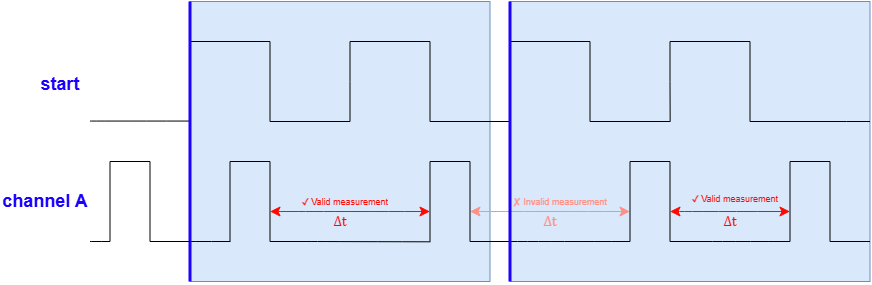
Above: docs/user/latex/images/settings-before-measurements-1-01.png in Tausand-dev/TempicoSoftware (draw.io), before the change. Source tidied: cells renumbered, new cells last; positions are measured from the earlier drawing's top-left corner, leaving out a move shared by most shapes. The source it was exported from:
```xml
<mxGraphModel>
  <root>
    <mxCell id="0" />
    <mxCell id="1" parent="0" />
    <mxCell id="2" style="rounded=0;whiteSpace=wrap;html=1;fillColor=#dae8fc;strokeColor=#6c8ebf;" parent="1" vertex="1">
      <mxGeometry x="510" width="360" height="280" as="geometry" />
    </mxCell>
    <mxCell id="3" style="rounded=0;whiteSpace=wrap;html=1;fillColor=#dae8fc;strokeColor=#6c8ebf;" parent="1" vertex="1">
      <mxGeometry x="190" width="300" height="280" as="geometry" />
    </mxCell>
    <mxCell id="4" style="verticalLabelPosition=bottom;shadow=0;dashed=0;align=center;html=1;verticalAlign=top;shape=mxgraph.electrical.waveforms.square_wave;" parent="1" vertex="1">
      <mxGeometry x="190" y="40" width="160" height="80" as="geometry" />
    </mxCell>
    <mxCell id="5" style="verticalLabelPosition=bottom;shadow=0;dashed=0;align=center;html=1;verticalAlign=top;shape=mxgraph.electrical.waveforms.square_wave;" parent="1" vertex="1">
      <mxGeometry x="350" y="40" width="160" height="80" as="geometry" />
    </mxCell>
    <mxCell id="6" style="verticalLabelPosition=bottom;shadow=0;dashed=0;align=center;html=1;verticalAlign=top;shape=(stored shape, 268 characters);" parent="1" vertex="1">
      <mxGeometry x="510" y="40" width="160" height="80" as="geometry" />
    </mxCell>
    <mxCell id="7" style="verticalLabelPosition=bottom;shadow=0;dashed=0;align=center;html=1;verticalAlign=top;shape=(stored shape, 264 characters);" parent="1" vertex="1">
      <mxGeometry x="230" y="160" width="80" height="80" as="geometry" />
    </mxCell>
    <mxCell id="8" style="endArrow=none;html=1;rounded=0;fontSize=12;startSize=8;endSize=8;curved=1;" parent="1" edge="1">
      <mxGeometry relative="1" as="geometry">
        <mxPoint x="90" y="119.6" as="sourcePoint" />
        <mxPoint x="190" y="119.6" as="targetPoint" />
      </mxGeometry>
    </mxCell>
    <mxCell id="9" style="endArrow=none;html=1;rounded=0;fontSize=12;startSize=8;endSize=8;curved=1;exitX=1;exitY=0.995;exitDx=0;exitDy=0;exitPerimeter=0;entryX=0.006;entryY=1.004;entryDx=0;entryDy=0;entryPerimeter=0;" parent="1" edge="1" target="10">
      <mxGeometry relative="1" as="geometry">
        <mxPoint x="310" y="240" as="sourcePoint" />
      </mxGeometry>
    </mxCell>
    <mxCell id="10" style="verticalLabelPosition=bottom;shadow=0;dashed=0;align=center;html=1;verticalAlign=top;shape=(stored shape, 264 characters);" parent="1" vertex="1">
      <mxGeometry x="430" y="160" width="80" height="80" as="geometry" />
    </mxCell>
    <mxCell id="11" style="endArrow=none;html=1;rounded=0;fontSize=12;startSize=8;endSize=8;curved=1;entryX=0.005;entryY=1;entryDx=0;entryDy=0;entryPerimeter=0;" parent="1" edge="1" target="7">
      <mxGeometry relative="1" as="geometry">
        <mxPoint x="150" y="240" as="sourcePoint" />
      </mxGeometry>
    </mxCell>
    <mxCell id="12" style="endArrow=none;html=1;rounded=0;fontSize=12;startSize=8;endSize=8;curved=1;entryX=0.005;entryY=1.0005;entryDx=0;entryDy=0;entryPerimeter=0;" parent="1" edge="1">
      <mxGeometry relative="1" as="geometry">
        <mxPoint x="480" y="240" as="sourcePoint" />
        <mxPoint x="630" y="240" as="targetPoint" />
      </mxGeometry>
    </mxCell>
    <mxCell id="13" value="start" style="text;html=1;whiteSpace=wrap;strokeColor=none;fillColor=none;align=center;verticalAlign=middle;rounded=0;fontSize=18;fontColor=#1B02FF;strokeWidth=1;fontStyle=1;" parent="1" vertex="1">
      <mxGeometry x="30" y="65" width="60" height="35" as="geometry" />
    </mxCell>
    <mxCell id="14" style="verticalLabelPosition=bottom;shadow=0;dashed=0;align=center;html=1;verticalAlign=top;shape=(stored shape, 264 characters);" parent="1" vertex="1">
      <mxGeometry x="630" y="160" width="80" height="80" as="geometry" />
    </mxCell>
    <mxCell id="15" style="endArrow=none;html=1;rounded=0;fontSize=12;startSize=8;endSize=8;curved=1;exitX=1;exitY=0.995;exitDx=0;exitDy=0;exitPerimeter=0;" parent="1" edge="1">
      <mxGeometry relative="1" as="geometry">
        <mxPoint x="700" y="240" as="sourcePoint" />
        <mxPoint x="790" y="240" as="targetPoint" />
      </mxGeometry>
    </mxCell>
    <mxCell id="16" value="channel A" style="text;html=1;whiteSpace=wrap;strokeColor=none;fillColor=none;align=center;verticalAlign=middle;rounded=0;fontSize=18;fontColor=#1B02FF;strokeWidth=1;fontStyle=1;" parent="1" vertex="1">
      <mxGeometry y="182.5" width="90" height="35" as="geometry" />
    </mxCell>
    <mxCell id="17" style="endArrow=classic;startArrow=classic;html=1;rounded=0;fontSize=12;startSize=8;endSize=8;curved=1;fillColor=#f8cecc;strokeColor=light-dark(#ff0800, #d7817e);" parent="1" edge="1">
      <mxGeometry relative="1" as="geometry">
        <mxPoint x="270" y="210" as="sourcePoint" />
        <mxPoint x="430" y="210" as="targetPoint" />
      </mxGeometry>
    </mxCell>
    <mxCell id="18" style="endArrow=classic;startArrow=classic;html=1;rounded=0;fontSize=12;startSize=8;endSize=8;curved=1;fillColor=#f8cecc;strokeColor=light-dark(#FF9084,#D7817E);" parent="1" edge="1">
      <mxGeometry relative="1" as="geometry">
        <mxPoint x="470" y="210" as="sourcePoint" />
        <mxPoint x="630" y="210" as="targetPoint" />
      </mxGeometry>
    </mxCell>
    <mxCell id="19" value="&lt;font style=&quot;font-size: 9px;&quot;&gt;&lt;span style=&quot;font-family: Calibri; font-weight: bold; color: light-dark(rgb(255, 8, 0), rgb(242, 117, 51));&quot;&gt;✓&lt;/span&gt;&lt;span style=&quot;color: light-dark(rgb(255, 8, 0), rgb(237, 237, 237));&quot;&gt;&amp;nbsp;Valid measurement&lt;/span&gt;&lt;/font&gt;" style="text;html=1;whiteSpace=wrap;strokeColor=none;fillColor=none;align=center;verticalAlign=middle;rounded=0;fontSize=16;" parent="1" vertex="1">
      <mxGeometry x="300" y="182.5" width="90" height="30" as="geometry" />
    </mxCell>
    <mxCell id="20" value="&lt;font style=&quot;font-size: 9px;&quot;&gt;&lt;span style=&quot;font-family: Calibri; font-weight: bold;&quot;&gt;&lt;font style=&quot;&quot;&gt;✗&lt;/font&gt;&lt;/span&gt;&lt;span style=&quot;&quot;&gt;&lt;font style=&quot;&quot;&gt;&amp;nbsp;Invalid measurement&lt;/font&gt;&lt;/span&gt;&lt;/font&gt;" style="text;html=1;whiteSpace=wrap;strokeColor=none;fillColor=none;align=center;verticalAlign=middle;rounded=0;fontSize=16;labelBackgroundColor=none;fontColor=light-dark(#FF9084,#D7817E);" parent="1" vertex="1">
      <mxGeometry x="510" y="182.5" width="100" height="30" as="geometry" />
    </mxCell>
    <mxCell id="21" style="endArrow=none;html=1;rounded=0;fontSize=12;startSize=8;endSize=8;curved=1;" parent="1" edge="1">
      <mxGeometry relative="1" as="geometry">
        <mxPoint x="189.8" y="80" as="sourcePoint" />
        <mxPoint x="189.8" y="119.8" as="targetPoint" />
      </mxGeometry>
    </mxCell>
    <mxCell id="22" style="endArrow=none;html=1;rounded=0;fontSize=12;startSize=8;endSize=8;curved=1;exitX=1;exitY=0.995;exitDx=0;exitDy=0;exitPerimeter=0;entryX=0.5;entryY=1;entryDx=0;entryDy=0;strokeColor=light-dark(#1b02ff, #ededed);strokeWidth=3;" parent="1" edge="1">
      <mxGeometry relative="1" as="geometry">
        <mxPoint x="190" as="sourcePoint" />
        <mxPoint x="190" y="280" as="targetPoint" />
      </mxGeometry>
    </mxCell>
    <mxCell id="23" style="verticalLabelPosition=bottom;shadow=0;dashed=0;align=center;html=1;verticalAlign=top;shape=(stored shape, 268 characters);" parent="1" vertex="1">
      <mxGeometry x="670" y="40" width="160" height="80" as="geometry" />
    </mxCell>
    <mxCell id="24" style="endArrow=none;html=1;rounded=0;exitX=0.001;exitY=1.004;exitDx=0;exitDy=0;exitPerimeter=0;" parent="1" edge="1" source="23">
      <mxGeometry relative="1" as="geometry">
        <mxPoint x="670" y="80" as="targetPoint" />
      </mxGeometry>
    </mxCell>
    <mxCell id="25" style="verticalLabelPosition=bottom;shadow=0;dashed=0;align=center;html=1;verticalAlign=top;shape=(stored shape, 264 characters);" parent="1" vertex="1">
      <mxGeometry x="790" y="160" width="80" height="80" as="geometry" />
    </mxCell>
    <mxCell id="26" style="endArrow=none;html=1;rounded=0;fontSize=12;startSize=8;endSize=8;curved=1;exitX=1;exitY=0.995;exitDx=0;exitDy=0;exitPerimeter=0;entryX=0.5;entryY=1;entryDx=0;entryDy=0;strokeColor=light-dark(#1b02ff, #ededed);strokeWidth=3;" parent="1" edge="1">
      <mxGeometry relative="1" as="geometry">
        <mxPoint x="510" as="sourcePoint" />
        <mxPoint x="510" y="280" as="targetPoint" />
      </mxGeometry>
    </mxCell>
    <mxCell id="27" style="endArrow=classic;startArrow=classic;html=1;rounded=0;fontSize=12;startSize=8;endSize=8;curved=1;fillColor=#f8cecc;strokeColor=light-dark(#ff0800, #d7817e);" parent="1" edge="1">
      <mxGeometry relative="1" as="geometry">
        <mxPoint x="670" y="210" as="sourcePoint" />
        <mxPoint x="790" y="210" as="targetPoint" />
      </mxGeometry>
    </mxCell>
    <mxCell id="28" value="&lt;font style=&quot;font-size: 9px;&quot;&gt;&lt;span style=&quot;font-family: Calibri; font-weight: bold; color: light-dark(rgb(255, 8, 0), rgb(242, 117, 51));&quot;&gt;✓&lt;/span&gt;&lt;span style=&quot;color: light-dark(rgb(255, 8, 0), rgb(237, 237, 237));&quot;&gt;&amp;nbsp;Valid measurement&lt;/span&gt;&lt;/font&gt;" style="text;html=1;whiteSpace=wrap;strokeColor=none;fillColor=none;align=center;verticalAlign=middle;rounded=0;fontSize=16;" parent="1" vertex="1">
      <mxGeometry x="690" y="180" width="90" height="30" as="geometry" />
    </mxCell>
    <mxCell id="29" style="verticalLabelPosition=bottom;shadow=0;dashed=0;align=center;html=1;verticalAlign=top;shape=(stored shape, 264 characters);" parent="1" vertex="1">
      <mxGeometry x="110" y="160" width="80" height="80" as="geometry" />
    </mxCell>
    <mxCell id="30" style="endArrow=none;html=1;rounded=0;fontSize=12;startSize=8;endSize=8;curved=1;entryX=0.005;entryY=1;entryDx=0;entryDy=0;entryPerimeter=0;" parent="1" edge="1">
      <mxGeometry relative="1" as="geometry">
        <mxPoint x="90" y="240" as="sourcePoint" />
        <mxPoint x="110" y="240" as="targetPoint" />
      </mxGeometry>
    </mxCell>
    <mxCell id="31" value="&lt;span style=&quot;font-family: &amp;quot;Cambria Math&amp;quot;; color: light-dark(rgb(255, 8, 0), rgb(255, 255, 255));&quot;&gt;∆t&lt;/span&gt;" style="text;html=1;whiteSpace=wrap;strokeColor=none;fillColor=none;align=center;verticalAlign=middle;rounded=0;fontSize=14;fontColor=light-dark(#1b02ff, #ededed);" parent="1" vertex="1">
      <mxGeometry x="315" y="210" width="50" height="20" as="geometry" />
    </mxCell>
    <mxCell id="32" value="&lt;span style=&quot;font-family: &amp;quot;Cambria Math&amp;quot;; color: light-dark(rgb(255, 8, 0), rgb(255, 255, 255));&quot;&gt;∆t&lt;/span&gt;" style="text;html=1;whiteSpace=wrap;strokeColor=none;fillColor=none;align=center;verticalAlign=middle;rounded=0;fontSize=14;fontColor=light-dark(#1b02ff, #ededed);" parent="1" vertex="1">
      <mxGeometry x="705" y="210" width="50" height="20" as="geometry" />
    </mxCell>
    <mxCell id="33" value="&lt;span style=&quot;font-family: &amp;quot;Cambria Math&amp;quot;; color: light-dark(rgb(255, 144, 132), rgb(255, 255, 255));&quot;&gt;∆t&lt;/span&gt;" style="text;html=1;whiteSpace=wrap;strokeColor=none;fillColor=none;align=center;verticalAlign=middle;rounded=0;fontSize=14;fontColor=light-dark(#1b02ff, #ededed);" parent="1" vertex="1">
      <mxGeometry x="525" y="210" width="50" height="20" as="geometry" />
    </mxCell>
    <mxCell id="34" style="endArrow=none;html=1;rounded=0;fontSize=12;startSize=8;endSize=8;curved=1;" parent="1" edge="1">
      <mxGeometry relative="1" as="geometry">
        <mxPoint x="770" y="120" as="sourcePoint" />
        <mxPoint x="870" y="120" as="targetPoint" />
      </mxGeometry>
    </mxCell>
  </root>
</mxGraphModel>
```
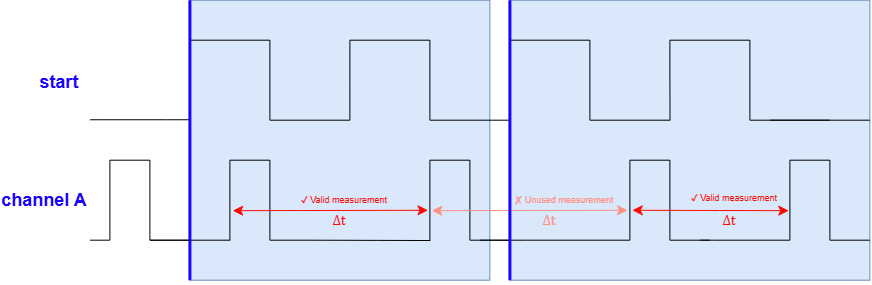
Later version of the same file.

The edit, as a diff of the source:
```diff
@@ -60,23 +60,17 @@
     <mxCell id="16" value="channel A" style="text;html=1;whiteSpace=wrap;strokeColor=none;fillColor=none;align=center;verticalAlign=middle;rounded=0;fontSize=18;fontColor=#1B02FF;strokeWidth=1;fontStyle=1;" parent="1" vertex="1">
       <mxGeometry y="182.5" width="90" height="35" as="geometry" />
     </mxCell>
-    <mxCell id="17" style="endArrow=classic;startArrow=classic;html=1;rounded=0;fontSize=12;startSize=8;endSize=8;curved=1;fillColor=#f8cecc;strokeColor=light-dark(#ff0800, #d7817e);" parent="1" edge="1">
-      <mxGeometry relative="1" as="geometry">
-        <mxPoint x="270" y="210" as="sourcePoint" />
-        <mxPoint x="430" y="210" as="targetPoint" />
-      </mxGeometry>
+    <mxCell id="17" style="endArrow=classic;startArrow=classic;html=1;rounded=0;fontSize=12;startSize=8;endSize=8;curved=1;fillColor=#f8cecc;strokeColor=light-dark(#ff0800, #d7817e);entryX=-0.024;entryY=0.626;entryDx=0;entryDy=0;entryPerimeter=0;exitX=0.035;exitY=0.631;exitDx=0;exitDy=0;exitPerimeter=0;" parent="1" edge="1" source="7" target="10">
+      <mxGeometry relative="1" as="geometry" />
     </mxCell>
-    <mxCell id="18" style="endArrow=classic;startArrow=classic;html=1;rounded=0;fontSize=12;startSize=8;endSize=8;curved=1;fillColor=#f8cecc;strokeColor=light-dark(#FF9084,#D7817E);" parent="1" edge="1">
-      <mxGeometry relative="1" as="geometry">
-        <mxPoint x="470" y="210" as="sourcePoint" />
-        <mxPoint x="630" y="210" as="targetPoint" />
-      </mxGeometry>
+    <mxCell id="18" style="endArrow=classic;startArrow=classic;html=1;rounded=0;fontSize=12;startSize=8;endSize=8;curved=1;fillColor=#f8cecc;strokeColor=light-dark(#FF9084,#D7817E);exitX=0.024;exitY=0.631;exitDx=0;exitDy=0;exitPerimeter=0;entryX=-0.03;entryY=0.626;entryDx=0;entryDy=0;entryPerimeter=0;" parent="1" edge="1" source="10" target="14">
+      <mxGeometry relative="1" as="geometry" />
     </mxCell>
     <mxCell id="19" value="&lt;font style=&quot;font-size: 9px;&quot;&gt;&lt;span style=&quot;font-family: Calibri; font-weight: bold; color: light-dark(rgb(255, 8, 0), rgb(242, 117, 51));&quot;&gt;✓&lt;/span&gt;&lt;span style=&quot;color: light-dark(rgb(255, 8, 0), rgb(237, 237, 237));&quot;&gt;&amp;nbsp;Valid measurement&lt;/span&gt;&lt;/font&gt;" style="text;html=1;whiteSpace=wrap;strokeColor=none;fillColor=none;align=center;verticalAlign=middle;rounded=0;fontSize=16;" parent="1" vertex="1">
       <mxGeometry x="300" y="182.5" width="90" height="30" as="geometry" />
     </mxCell>
-    <mxCell id="20" value="&lt;font style=&quot;font-size: 9px;&quot;&gt;&lt;span style=&quot;font-family: Calibri; font-weight: bold;&quot;&gt;&lt;font style=&quot;&quot;&gt;✗&lt;/font&gt;&lt;/span&gt;&lt;span style=&quot;&quot;&gt;&lt;font style=&quot;&quot;&gt;&amp;nbsp;Invalid measurement&lt;/font&gt;&lt;/span&gt;&lt;/font&gt;" style="text;html=1;whiteSpace=wrap;strokeColor=none;fillColor=none;align=center;verticalAlign=middle;rounded=0;fontSize=16;labelBackgroundColor=none;fontColor=light-dark(#FF9084,#D7817E);" parent="1" vertex="1">
-      <mxGeometry x="510" y="182.5" width="100" height="30" as="geometry" />
+    <mxCell id="20" value="&lt;font style=&quot;font-size: 9px;&quot;&gt;&lt;span style=&quot;font-family: Calibri; font-weight: bold;&quot;&gt;&lt;font style=&quot;&quot;&gt;✗&lt;/font&gt;&lt;/span&gt;&lt;span style=&quot;&quot;&gt;&lt;font style=&quot;&quot;&gt;&amp;nbsp;Unused measurement&lt;/font&gt;&lt;/span&gt;&lt;/font&gt;" style="text;html=1;whiteSpace=wrap;strokeColor=none;fillColor=none;align=center;verticalAlign=middle;rounded=0;fontSize=16;labelBackgroundColor=none;fontColor=light-dark(#FF9084,#D7817E);" parent="1" vertex="1">
+      <mxGeometry x="510" y="182.5" width="110" height="30" as="geometry" />
     </mxCell>
     <mxCell id="21" style="endArrow=none;html=1;rounded=0;fontSize=12;startSize=8;endSize=8;curved=1;" parent="1" edge="1">
       <mxGeometry relative="1" as="geometry">
@@ -107,11 +101,8 @@
         <mxPoint x="510" y="280" as="targetPoint" />
       </mxGeometry>
     </mxCell>
-    <mxCell id="27" style="endArrow=classic;startArrow=classic;html=1;rounded=0;fontSize=12;startSize=8;endSize=8;curved=1;fillColor=#f8cecc;strokeColor=light-dark(#ff0800, #d7817e);" parent="1" edge="1">
-      <mxGeometry relative="1" as="geometry">
-        <mxPoint x="670" y="210" as="sourcePoint" />
-        <mxPoint x="790" y="210" as="targetPoint" />
-      </mxGeometry>
+    <mxCell id="27" style="endArrow=classic;startArrow=classic;html=1;rounded=0;fontSize=12;startSize=8;endSize=8;curved=1;fillColor=#f8cecc;strokeColor=light-dark(#ff0800, #d7817e);exitX=0.03;exitY=0.626;exitDx=0;exitDy=0;exitPerimeter=0;entryX=-0.014;entryY=0.631;entryDx=0;entryDy=0;entryPerimeter=0;" parent="1" edge="1" source="14" target="25">
+      <mxGeometry relative="1" as="geometry" />
     </mxCell>
     <mxCell id="28" value="&lt;font style=&quot;font-size: 9px;&quot;&gt;&lt;span style=&quot;font-family: Calibri; font-weight: bold; color: light-dark(rgb(255, 8, 0), rgb(242, 117, 51));&quot;&gt;✓&lt;/span&gt;&lt;span style=&quot;color: light-dark(rgb(255, 8, 0), rgb(237, 237, 237));&quot;&gt;&amp;nbsp;Valid measurement&lt;/span&gt;&lt;/font&gt;" style="text;html=1;whiteSpace=wrap;strokeColor=none;fillColor=none;align=center;verticalAlign=middle;rounded=0;fontSize=16;" parent="1" vertex="1">
       <mxGeometry x="690" y="180" width="90" height="30" as="geometry" />
```
